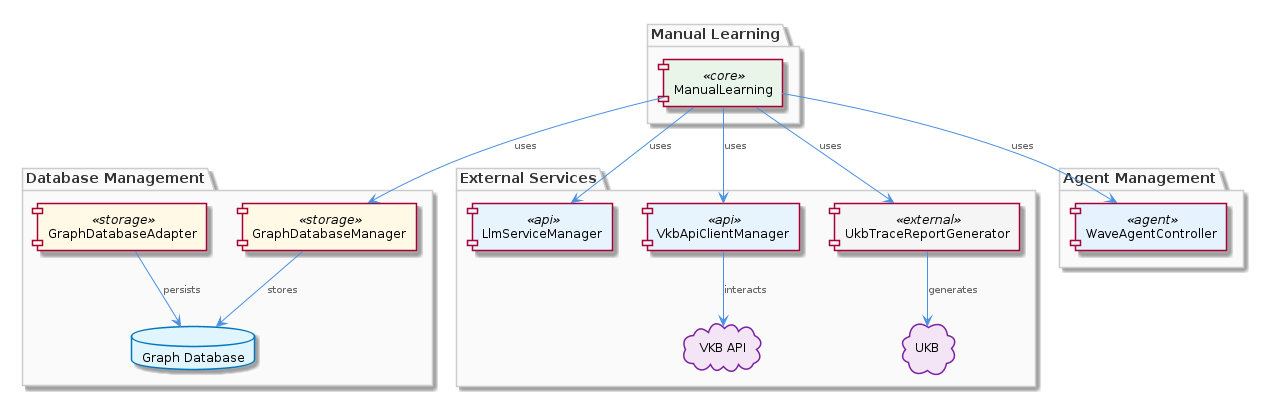
Earlier version of the PlantUML export .data/knowledge-graph/insights/images/manual-learning-architecture.png (fwornle/coding). Its source is kept beside it as .data/knowledge-graph/insights/puml/manual-learning-architecture.puml.
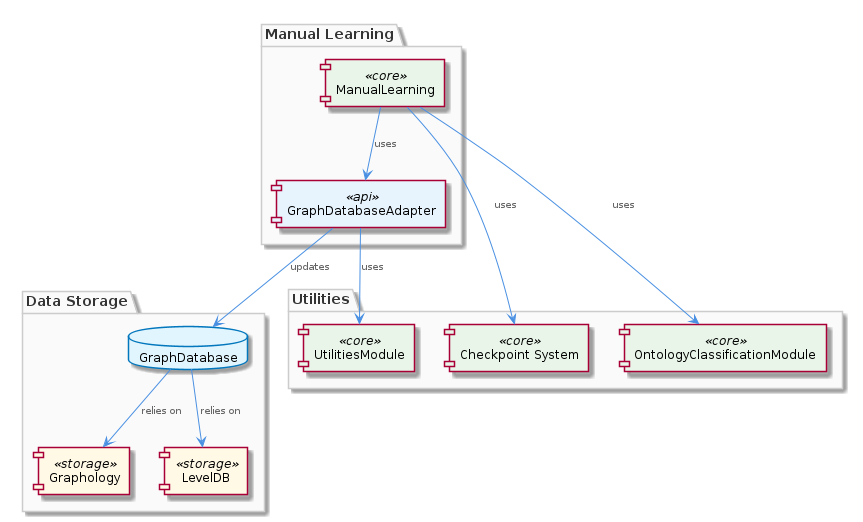
After the change.

Change to the diagram source:
```diff
@@ -1,36 +1,29 @@
 @startuml
 !include /coding/docs/puml/_standard-style.puml
 
-package "Manual Learning" {
-  component "ManualLearning" as ml <<core>>
+package "Data Storage" {
+  component "Graphology" as graph <<storage>>
+  component "LevelDB" as leveldb <<storage>>
+  database "GraphDatabase" as graphdb
 }
 
-package "Database Management" {
-  component "GraphDatabaseManager" as gdm <<storage>>
-  component "GraphDatabaseAdapter" as gda <<storage>>
-  database "Graph Database" as gd
+package "Manual Learning" {
+  component "ManualLearning" as manual <<core>>
+  component "GraphDatabaseAdapter" as gda <<api>>
 }
 
-package "External Services" {
-  component "LlmServiceManager" as lsm <<api>>
-  component "VkbApiClientManager" as vam <<api>>
-  component "UkbTraceReportGenerator" as utrg <<external>>
-  cloud "VKB API" as vka
-  cloud "UKB" as ukb
+package "Utilities" {
+  component "UtilitiesModule" as utils <<core>>
+  component "Checkpoint System" as checkpoint <<core>>
+  component "OntologyClassificationModule" as oc <<core>>
 }
 
-package "Agent Management" {
-  component "WaveAgentController" as wac <<agent>>
-}
-
-ml --> gdm : uses
-ml --> lsm : uses
-ml --> wac : uses
-ml --> vam : uses
-ml --> utrg : uses
-gdm --> gd : stores
-gda --> gd : persists
-vam --> vka : interacts
-utrg --> ukb : generates
+manual --> gda : uses
+gda --> graphdb : updates
+graphdb --> graph : relies on
+graphdb --> leveldb : relies on
+manual --> checkpoint : uses
+manual --> oc : uses
+gda --> utils : uses
 
 @enduml
```
